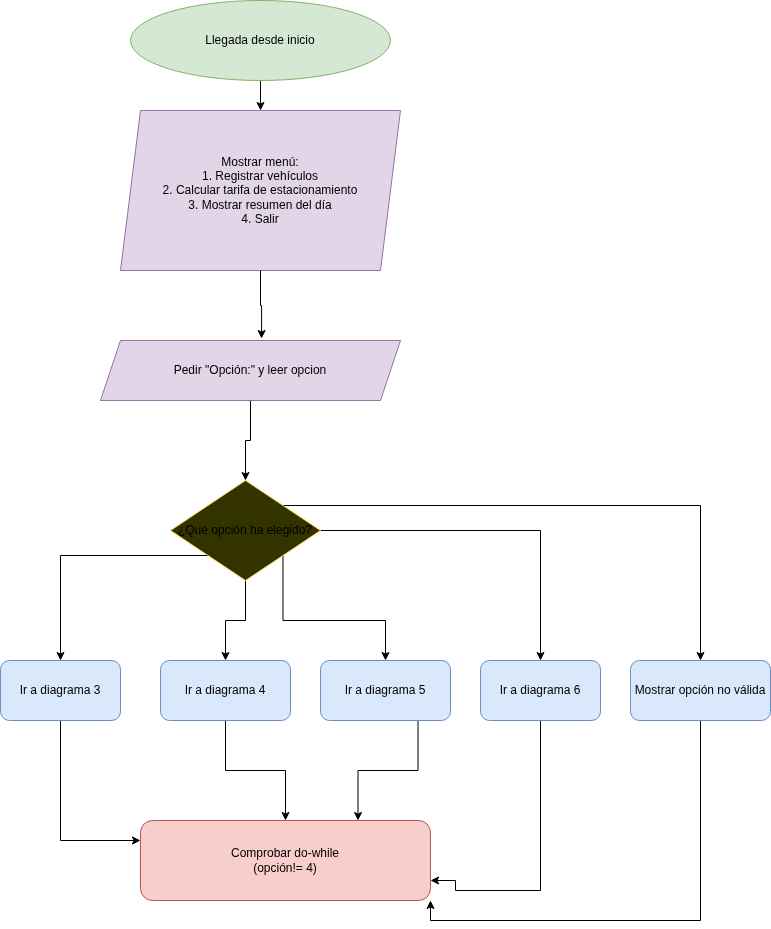
The draw.io diagram .idea/diagramas/diagrama-2.drawio.png in cristiangutierrezpalmes-prog/parking-dam, before a commit. Source tidied: cells renumbered, new cells last; positions are measured from the earlier drawing's top-left corner, leaving out a move shared by most shapes. Its diagram source:
```xml
<mxGraphModel background="#ffffff">
  <root>
    <mxCell id="0" />
    <mxCell id="1" parent="0" />
    <mxCell id="2" style="edgeStyle=orthogonalEdgeStyle;rounded=0;jettySize=auto;html=1;entryX=0.5;entryY=0;entryDx=0;entryDy=0;" parent="1" edge="1" source="3" target="4">
      <mxGeometry relative="1" as="geometry" />
    </mxCell>
    <mxCell id="3" value="Llegada desde inicio" style="ellipse;whiteSpace=wrap;html=1;fillColor=#d5e8d4;strokeColor=#82b366;" parent="1" vertex="1">
      <mxGeometry x="130" width="260" height="80" as="geometry" />
    </mxCell>
    <mxCell id="4" value="Mostrar menú:&lt;br&gt;1. Registrar vehículos&lt;br&gt;2. Calcular tarifa de estacionamiento&lt;br&gt;3. Mostrar resumen del día&lt;br&gt;4. Salir" style="shape=parallelogram;perimeter=parallelogramPerimeter;whiteSpace=wrap;html=1;fixedSize=1;fillColor=#e1d5e7;strokeColor=#9673a6;" parent="1" vertex="1">
      <mxGeometry x="120" y="110" width="280" height="160" as="geometry" />
    </mxCell>
    <mxCell id="5" style="edgeStyle=orthogonalEdgeStyle;rounded=0;jettySize=auto;html=1;exitX=0.5;exitY=1;exitDx=0;exitDy=0;entryX=0.5;entryY=0;entryDx=0;entryDy=0;" parent="1" edge="1" source="6" target="12">
      <mxGeometry relative="1" as="geometry" />
    </mxCell>
    <mxCell id="6" value="Pedir &quot;Opción:&quot; y leer opcion" style="shape=parallelogram;perimeter=parallelogramPerimeter;whiteSpace=wrap;html=1;fixedSize=1;fillColor=#e1d5e7;strokeColor=#9673a6;" parent="1" vertex="1">
      <mxGeometry x="100" y="340" width="300" height="60" as="geometry" />
    </mxCell>
    <mxCell id="7" style="edgeStyle=orthogonalEdgeStyle;rounded=0;jettySize=auto;html=1;exitX=0.5;exitY=1;exitDx=0;exitDy=0;entryX=0.5;entryY=0;entryDx=0;entryDy=0;" parent="1" edge="1" source="12" target="16">
      <mxGeometry relative="1" as="geometry" />
    </mxCell>
    <mxCell id="8" style="edgeStyle=orthogonalEdgeStyle;rounded=0;jettySize=auto;html=1;exitX=0;exitY=1;exitDx=0;exitDy=0;entryX=0.5;entryY=0;entryDx=0;entryDy=0;" parent="1" edge="1" source="12" target="14">
      <mxGeometry relative="1" as="geometry" />
    </mxCell>
    <mxCell id="9" style="edgeStyle=orthogonalEdgeStyle;rounded=0;jettySize=auto;html=1;exitX=1;exitY=1;exitDx=0;exitDy=0;entryX=0.5;entryY=0;entryDx=0;entryDy=0;" parent="1" edge="1" source="12" target="18">
      <mxGeometry relative="1" as="geometry" />
    </mxCell>
    <mxCell id="10" style="edgeStyle=orthogonalEdgeStyle;rounded=0;jettySize=auto;html=1;exitX=1;exitY=0.5;exitDx=0;exitDy=0;" parent="1" edge="1" source="12" target="20">
      <mxGeometry relative="1" as="geometry" />
    </mxCell>
    <mxCell id="11" style="edgeStyle=orthogonalEdgeStyle;rounded=0;jettySize=auto;html=1;exitX=1;exitY=0;exitDx=0;exitDy=0;entryX=0.5;entryY=0;entryDx=0;entryDy=0;" parent="1" edge="1" source="12" target="22">
      <mxGeometry relative="1" as="geometry" />
    </mxCell>
    <mxCell id="12" value="¿Qué opción ha elegido?" style="rhombus;whiteSpace=wrap;html=1;fillColor=#333300;strokeColor=#fbd35b;gradientColor=none;" parent="1" vertex="1">
      <mxGeometry x="170" y="480" width="150" height="100" as="geometry" />
    </mxCell>
    <mxCell id="13" style="edgeStyle=orthogonalEdgeStyle;rounded=0;jettySize=auto;html=1;exitX=0.5;exitY=1;exitDx=0;exitDy=0;entryX=0;entryY=0.25;entryDx=0;entryDy=0;" parent="1" edge="1" source="14" target="24">
      <mxGeometry relative="1" as="geometry" />
    </mxCell>
    <mxCell id="14" value="Ir a diagrama 3" style="rounded=1;whiteSpace=wrap;html=1;fillColor=#dae8fc;strokeColor=#6c8ebf;" parent="1" vertex="1">
      <mxGeometry y="660" width="120" height="60" as="geometry" />
    </mxCell>
    <mxCell id="15" style="edgeStyle=orthogonalEdgeStyle;rounded=0;jettySize=auto;html=1;" parent="1" edge="1" source="16" target="24">
      <mxGeometry relative="1" as="geometry" />
    </mxCell>
    <mxCell id="16" value="Ir a diagrama 4" style="rounded=1;whiteSpace=wrap;html=1;fillColor=#dae8fc;strokeColor=#6c8ebf;" parent="1" vertex="1">
      <mxGeometry x="160" y="660" width="130" height="60" as="geometry" />
    </mxCell>
    <mxCell id="17" style="edgeStyle=orthogonalEdgeStyle;rounded=0;jettySize=auto;html=1;exitX=0.75;exitY=1;exitDx=0;exitDy=0;entryX=0.75;entryY=0;entryDx=0;entryDy=0;" parent="1" edge="1" source="18" target="24">
      <mxGeometry relative="1" as="geometry" />
    </mxCell>
    <mxCell id="18" value="Ir a diagrama 5" style="rounded=1;whiteSpace=wrap;html=1;fillColor=#dae8fc;strokeColor=#6c8ebf;" parent="1" vertex="1">
      <mxGeometry x="320" y="660" width="130" height="60" as="geometry" />
    </mxCell>
    <mxCell id="19" style="edgeStyle=orthogonalEdgeStyle;rounded=0;jettySize=auto;html=1;entryX=1;entryY=0.75;entryDx=0;entryDy=0;" parent="1" edge="1" source="20" target="24">
      <mxGeometry relative="1" as="geometry">
        <Array as="points">
          <mxPoint x="540" y="890" />
          <mxPoint x="455" y="890" />
          <mxPoint x="455" y="880" />
        </Array>
      </mxGeometry>
    </mxCell>
    <mxCell id="20" value="Ir a diagrama 6" style="rounded=1;whiteSpace=wrap;html=1;fillColor=#dae8fc;strokeColor=#6c8ebf;" parent="1" vertex="1">
      <mxGeometry x="480" y="660" width="120" height="60" as="geometry" />
    </mxCell>
    <mxCell id="21" style="edgeStyle=orthogonalEdgeStyle;rounded=0;jettySize=auto;html=1;entryX=1;entryY=1;entryDx=0;entryDy=0;" parent="1" edge="1" source="22" target="24">
      <mxGeometry relative="1" as="geometry">
        <Array as="points">
          <mxPoint x="700" y="920" />
          <mxPoint x="430" y="920" />
        </Array>
      </mxGeometry>
    </mxCell>
    <mxCell id="22" value="Mostrar opción no válida" style="rounded=1;whiteSpace=wrap;html=1;fillColor=#dae8fc;strokeColor=#6c8ebf;" parent="1" vertex="1">
      <mxGeometry x="630" y="660" width="140" height="60" as="geometry" />
    </mxCell>
    <mxCell id="23" style="edgeStyle=orthogonalEdgeStyle;rounded=0;jettySize=auto;html=1;entryX=0.537;entryY=-0.033;entryDx=0;entryDy=0;entryPerimeter=0;" parent="1" edge="1" source="4" target="6">
      <mxGeometry relative="1" as="geometry" />
    </mxCell>
    <mxCell id="24" value="Comprobar do-while&lt;br&gt;(opción!= 4)" style="rounded=1;whiteSpace=wrap;html=1;fillColor=#f8cecc;strokeColor=#b85450;" parent="1" vertex="1">
      <mxGeometry x="140" y="820" width="290" height="80" as="geometry" />
    </mxCell>
  </root>
</mxGraphModel>
```
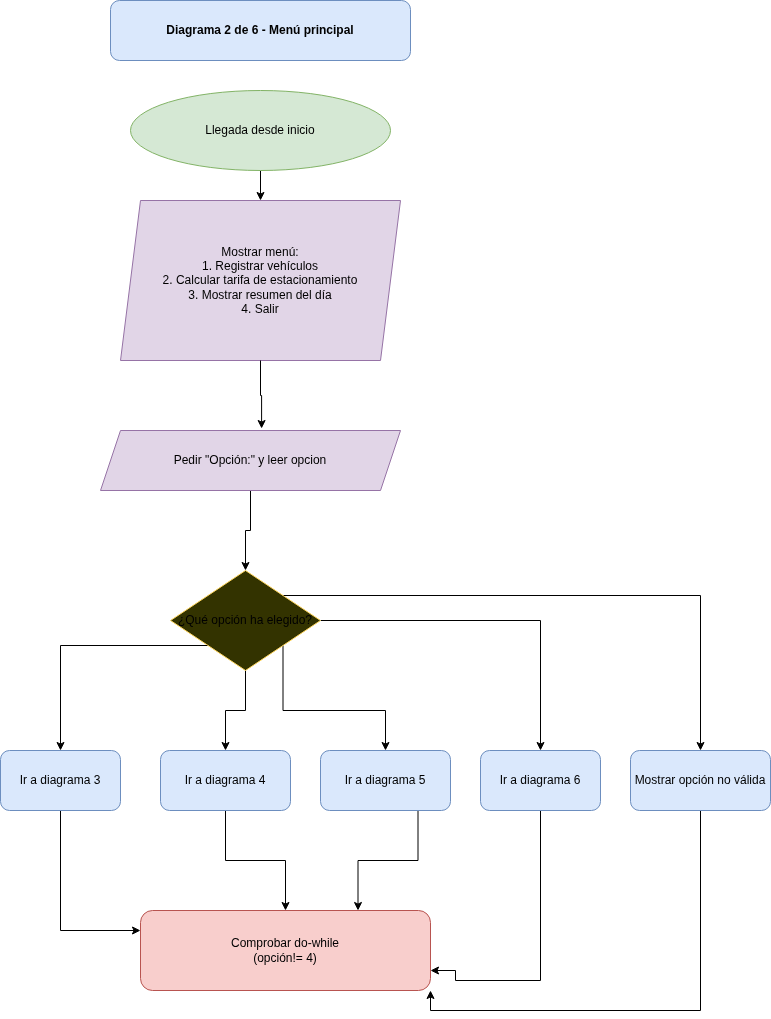
The same diagram one commit later.

Commit message:
He realizado el cuarto diagrama

Diff of the diagram source:
```diff
@@ -82,5 +82,8 @@
     <mxCell id="24" value="Comprobar do-while&lt;br&gt;(opción!= 4)" style="rounded=1;whiteSpace=wrap;html=1;fillColor=#f8cecc;strokeColor=#b85450;" parent="1" vertex="1">
       <mxGeometry x="140" y="820" width="290" height="80" as="geometry" />
     </mxCell>
+    <mxCell id="25" value="&lt;b&gt;Diagrama 2 de 6 - Menú principal&lt;/b&gt;" style="rounded=1;whiteSpace=wrap;html=1;fillColor=#dae8fc;strokeColor=#6c8ebf;" parent="1" vertex="1">
+      <mxGeometry x="110" y="-90" width="300" height="60" as="geometry" />
+    </mxCell>
   </root>
 </mxGraphModel>
```
